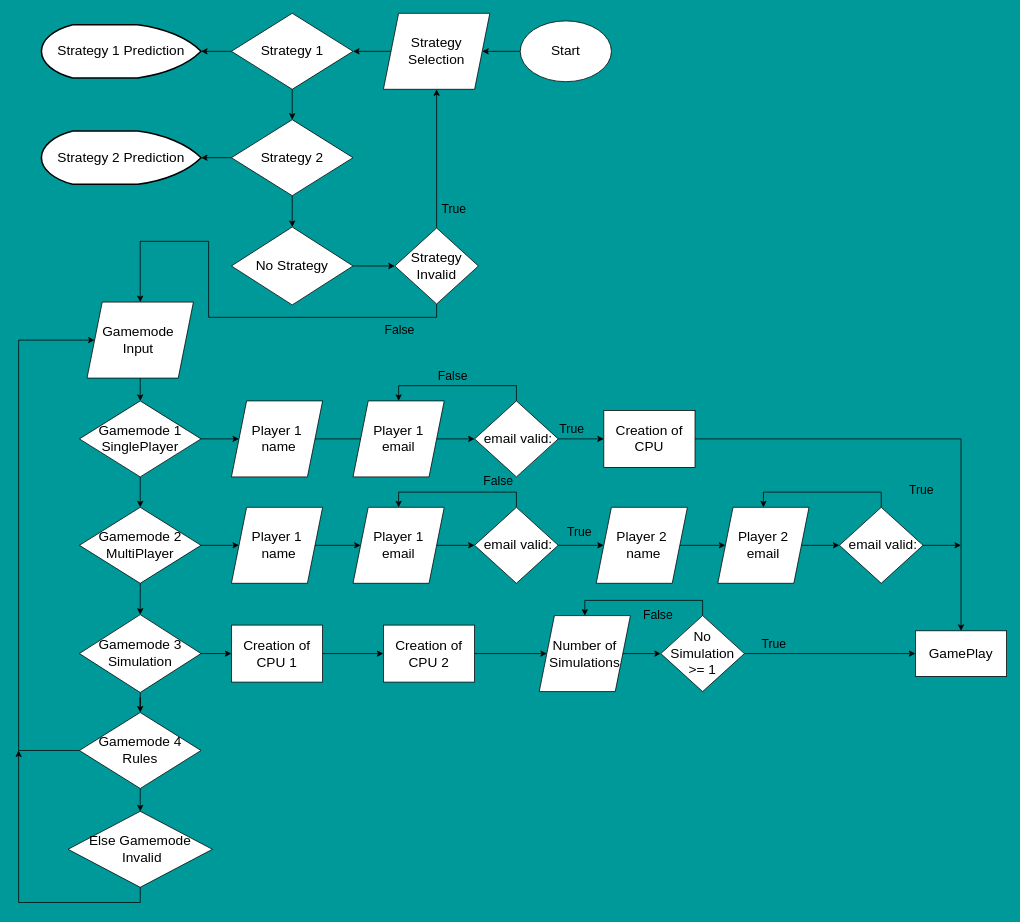
Earlier version of the draw.io diagram page "Menu Page" (1 of 6) of Scopa python game/Scopa Game flowchart/Scopa Game Flowchart.drawio (ABellassai/ACC-AlessandroB2). Source tidied: cells renumbered, new cells numbered last; positions are measured from the earlier drawing's top-left corner, leaving out a move shared by most shapes. Both pictures are drawn from the tidied source at 76%, with x=0, y=0 at pixel (18, 13).
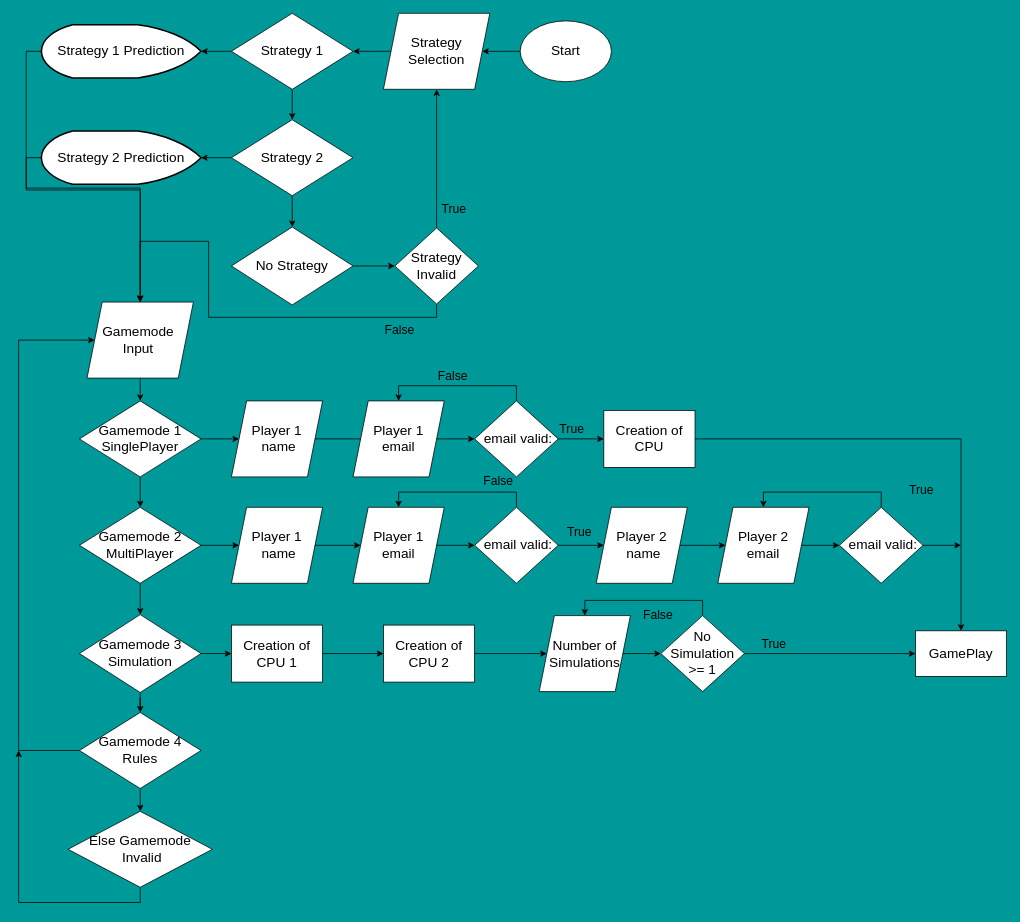
The same page after the edit.

The change refers to these unchanged cells:
```xml
<mxCell id="6" value="Gamemode&amp;nbsp;&lt;br&gt;Input&amp;nbsp;" style="shape=parallelogram;perimeter=parallelogramPerimeter;whiteSpace=wrap;html=1;fixedSize=1;fontSize=18;" parent="1" vertex="1">
  <mxGeometry x="90" y="380" width="140" height="100" as="geometry" />
</mxCell>
<mxCell id="69" value="Strategy 1 Prediction" style="strokeWidth=2;html=1;shape=mxgraph.flowchart.display;whiteSpace=wrap;fontSize=18;direction=west;" parent="1" vertex="1">
  <mxGeometry x="30" y="15" width="210" height="70" as="geometry" />
</mxCell>
<mxCell id="70" value="Strategy 2 Prediction" style="strokeWidth=2;html=1;shape=mxgraph.flowchart.display;whiteSpace=wrap;fontSize=18;direction=west;" parent="1" vertex="1">
  <mxGeometry x="30" y="155" width="210" height="70" as="geometry" />
</mxCell>
```

Diff of the diagram source:
```diff
@@
+    <mxCell id="77" style="edgeStyle=orthogonalEdgeStyle;rounded=0;jettySize=auto;html=1;exitX=1;exitY=0.5;exitDx=0;exitDy=0;exitPerimeter=0;entryX=0.5;entryY=0;entryDx=0;entryDy=0;" parent="1" edge="1" source="69" target="6">
+      <mxGeometry relative="1" as="geometry" />
+    </mxCell>
@@
+    <mxCell id="78" style="edgeStyle=orthogonalEdgeStyle;rounded=0;jettySize=auto;html=1;exitX=1;exitY=0.5;exitDx=0;exitDy=0;exitPerimeter=0;entryX=0.5;entryY=0;entryDx=0;entryDy=0;" parent="1" edge="1" source="70" target="6">
+      <mxGeometry relative="1" as="geometry">
+        <Array as="points">
+          <mxPoint x="10" y="190" />
+          <mxPoint x="10" y="230" />
+          <mxPoint x="160" y="230" />
+        </Array>
+      </mxGeometry>
+    </mxCell>
```
